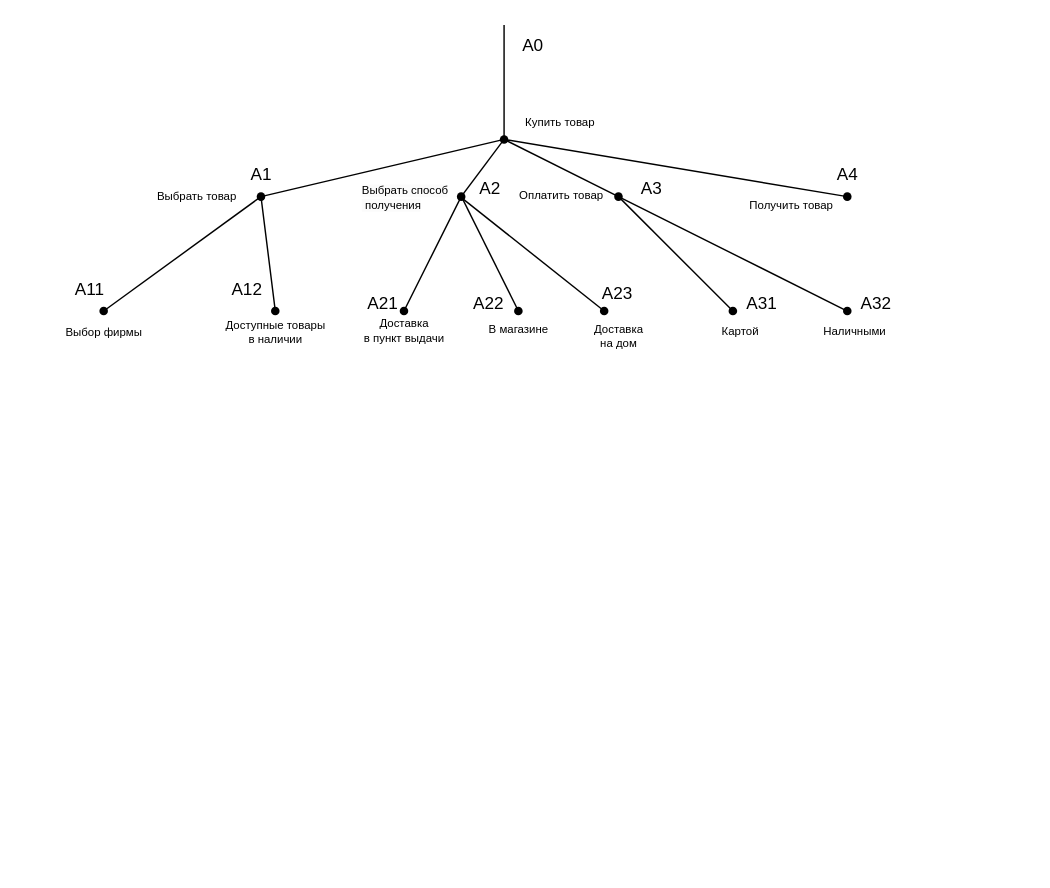
melikhovaeva/business-processes keeps this draw.io diagram as node tree.drawio. Above is the earlier version. Source tidied: cells renumbered, new cells numbered last; positions are measured from the earlier drawing's top-left corner, leaving out a move shared by most shapes. Both pictures are drawn from the tidied source at 143%, with x=0, y=0 at pixel (46, 24).
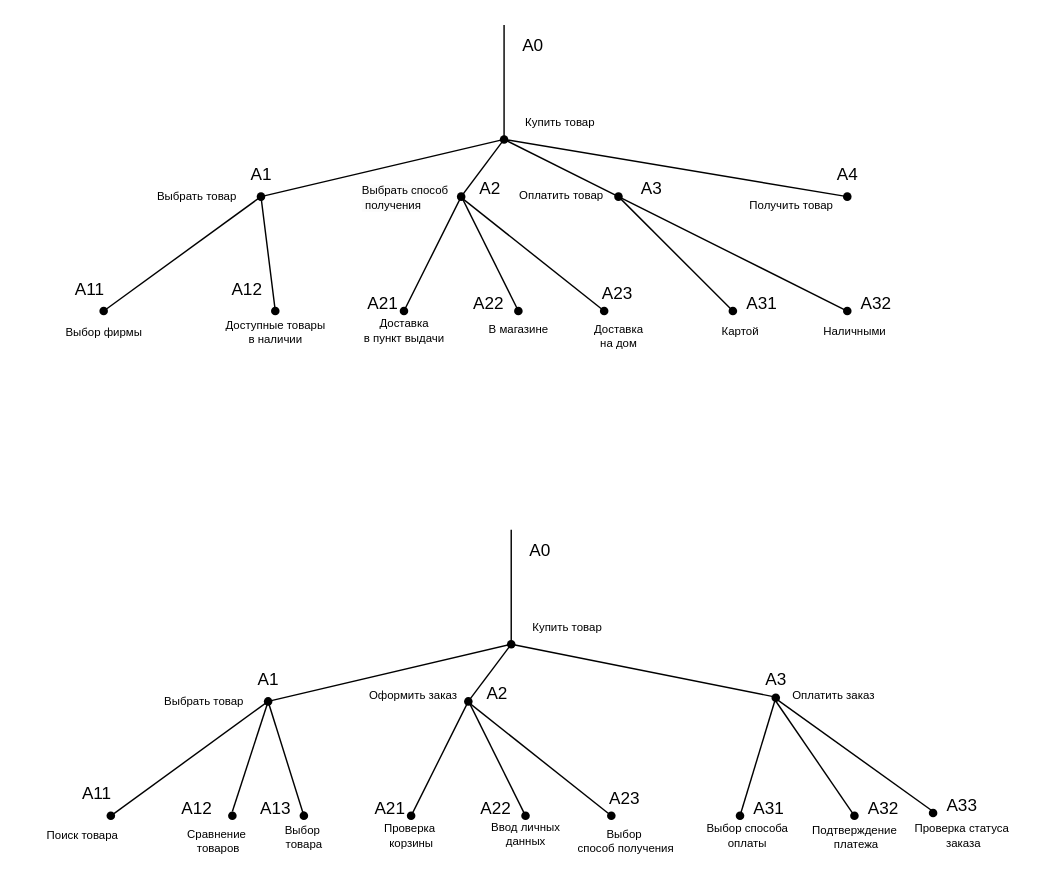
The same page after the edit.

What changed in the source:
```diff
@@
+    <mxCell id="55" style="endArrow=none;html=1;rounded=0;" parent="1" edge="1" target="56">
+      <mxGeometry relative="1" as="geometry">
+        <mxPoint x="325" y="353" as="sourcePoint" />
+        <Array as="points">
+          <mxPoint x="325" y="353" />
+        </Array>
+      </mxGeometry>
+    </mxCell>
+    <mxCell id="56" style="shape=waypoint;sketch=0;fillStyle=solid;size=6;points=[];fillColor=none;perimeter=centerPerimeter;snapToPoint=1;" parent="1" vertex="1">
+      <mxGeometry x="315" y="423" width="20" height="20" as="geometry" />
+    </mxCell>
+    <mxCell id="57" value="A0" style="text;html=1;align=center;verticalAlign=middle;strokeColor=none;fillColor=none;" parent="1" vertex="1">
+      <mxGeometry x="325" y="353" width="40" height="30" as="geometry" />
+    </mxCell>
+    <mxCell id="58" value="Купить товар" style="text;html=1;align=center;verticalAlign=middle;strokeColor=none;fillColor=none;fontSize=8;" parent="1" vertex="1">
+      <mxGeometry x="329" y="411" width="70" height="20" as="geometry" />
+    </mxCell>
+    <mxCell id="59" style="endArrow=none;html=1;rounded=0;" parent="1" edge="1" source="61">
+      <mxGeometry relative="1" as="geometry">
+        <mxPoint x="155" y="473" as="targetPoint" />
+      </mxGeometry>
+    </mxCell>
+    <mxCell id="60" style="endArrow=none;html=1;rounded=0;exitX=0.325;exitY=0.375;exitDx=0;exitDy=0;exitPerimeter=0;" parent="1" edge="1" source="56" target="61">
+      <mxGeometry relative="1" as="geometry" />
+    </mxCell>
+    <mxCell id="61" style="shape=waypoint;sketch=0;fillStyle=solid;size=6;points=[];fillColor=none;perimeter=centerPerimeter;snapToPoint=1;" parent="1" vertex="1">
+      <mxGeometry x="145" y="463" width="20" height="20" as="geometry" />
+    </mxCell>
+    <mxCell id="62" value="Выбрать товар" style="text;html=1;align=center;verticalAlign=middle;strokeColor=none;fillColor=none;fontSize=8;" parent="1" vertex="1">
+      <mxGeometry x="70" y="463" width="80" height="20" as="geometry" />
+    </mxCell>
+    <mxCell id="63" value="A1" style="text;html=1;align=center;verticalAlign=middle;strokeColor=none;fillColor=none;" parent="1" vertex="1">
+      <mxGeometry x="135" y="443" width="40" height="30" as="geometry" />
+    </mxCell>
+    <mxCell id="64" style="endArrow=none;html=1;rounded=0;" parent="1" edge="1" source="67">
+      <mxGeometry relative="1" as="geometry">
+        <mxPoint x="325" y="433" as="targetPoint" />
+      </mxGeometry>
+    </mxCell>
+    <mxCell id="65" style="endArrow=none;html=1;rounded=0;" parent="1" edge="1">
+      <mxGeometry relative="1" as="geometry">
+        <mxPoint x="510" y="470" as="sourcePoint" />
+        <mxPoint x="325" y="433" as="targetPoint" />
+      </mxGeometry>
+    </mxCell>
+    <mxCell id="66" style="endArrow=none;html=1;rounded=0;" parent="1" edge="1" target="67">
+      <mxGeometry relative="1" as="geometry">
+        <mxPoint x="295" y="473" as="sourcePoint" />
+      </mxGeometry>
+    </mxCell>
+    <mxCell id="67" style="shape=waypoint;sketch=0;fillStyle=solid;size=6;points=[];fillColor=none;perimeter=centerPerimeter;snapToPoint=1;" parent="1" vertex="1">
+      <mxGeometry x="285" y="463" width="20" height="20" as="geometry" />
+    </mxCell>
+    <mxCell id="68" style="shape=waypoint;sketch=0;fillStyle=solid;size=6;fillColor=none;perimeter=centerPerimeter;" parent="1" vertex="1">
+      <mxGeometry x="500" y="460.5" width="20" height="20" as="geometry" />
+    </mxCell>
+    <mxCell id="69" style="endArrow=none;html=1;rounded=0;" parent="1" edge="1" source="83">
+      <mxGeometry relative="1" as="geometry">
+        <mxPoint x="155" y="473" as="targetPoint" />
+      </mxGeometry>
+    </mxCell>
+    <mxCell id="70" style="endArrow=none;html=1;rounded=0;" parent="1" edge="1">
+      <mxGeometry relative="1" as="geometry">
+        <mxPoint x="130" y="550" as="sourcePoint" />
+        <mxPoint x="155" y="473" as="targetPoint" />
+      </mxGeometry>
+    </mxCell>
+    <mxCell id="71" style="endArrow=none;html=1;rounded=0;" parent="1" edge="1">
+      <mxGeometry relative="1" as="geometry">
+        <mxPoint x="45" y="553" as="sourcePoint" />
+        <mxPoint x="45" y="553" as="targetPoint" />
+      </mxGeometry>
+    </mxCell>
+    <mxCell id="72" style="endArrow=none;html=1;rounded=0;" parent="1" edge="1">
+      <mxGeometry relative="1" as="geometry">
+        <mxPoint x="105" y="553" as="sourcePoint" />
+        <mxPoint x="105" y="553" as="targetPoint" />
+      </mxGeometry>
+    </mxCell>
+    <mxCell id="73" style="shape=waypoint;sketch=0;fillStyle=solid;size=6;fillColor=none;perimeter=centerPerimeter;" parent="1" vertex="1">
+      <mxGeometry x="120" y="543" width="20" height="20" as="geometry" />
+    </mxCell>
+    <mxCell id="74" style="endArrow=none;html=1;rounded=0;" parent="1" edge="1">
+      <mxGeometry relative="1" as="geometry">
+        <mxPoint x="255" y="553" as="sourcePoint" />
+        <mxPoint x="295" y="473" as="targetPoint" />
+      </mxGeometry>
+    </mxCell>
+    <mxCell id="75" style="endArrow=none;html=1;rounded=0;entryX=-0.004;entryY=0.643;entryDx=0;entryDy=0;entryPerimeter=0;" parent="1" edge="1" target="80">
+      <mxGeometry relative="1" as="geometry">
+        <mxPoint x="335" y="553" as="sourcePoint" />
+      </mxGeometry>
+    </mxCell>
+    <mxCell id="76" style="endArrow=none;html=1;rounded=0;exitX=1.17;exitY=0.42;exitDx=0;exitDy=0;exitPerimeter=0;entryX=0.003;entryY=0.689;entryDx=0;entryDy=0;entryPerimeter=0;" parent="1" edge="1" source="79" target="80">
+      <mxGeometry relative="1" as="geometry" />
+    </mxCell>
+    <mxCell id="77" style="shape=waypoint;sketch=0;fillStyle=solid;size=6;fillColor=none;perimeter=centerPerimeter;" parent="1" vertex="1">
+      <mxGeometry x="245" y="543" width="20" height="20" as="geometry" />
+    </mxCell>
+    <mxCell id="78" style="shape=waypoint;sketch=0;fillStyle=solid;size=6;fillColor=none;perimeter=centerPerimeter;" parent="1" vertex="1">
+      <mxGeometry x="325" y="543" width="20" height="20" as="geometry" />
+    </mxCell>
+    <mxCell id="79" style="shape=waypoint;sketch=0;fillStyle=solid;size=6;points=[];fillColor=none;perimeter=centerPerimeter;snapToPoint=1;" parent="1" vertex="1">
+      <mxGeometry x="385" y="543" width="20" height="20" as="geometry" />
+    </mxCell>
+    <mxCell id="80" value="A2" style="text;html=1;align=center;verticalAlign=middle;points=[];strokeColor=none;fillColor=none;" parent="1" vertex="1">
+      <mxGeometry x="295" y="453" width="40" height="30" as="geometry" />
+    </mxCell>
+    <mxCell id="81" value="&lt;div style=&quot;text-align: center;&quot;&gt;&lt;span style=&quot;text-wrap: nowrap;&quot;&gt;Оформить заказ&lt;/span&gt;&lt;/div&gt;" style="text;whiteSpace=wrap;html=1;fontSize=8;" parent="1" vertex="1">
+      <mxGeometry x="224" y="458" width="70" height="25" as="geometry" />
+    </mxCell>
+    <mxCell id="82" style="endArrow=none;html=1;rounded=0;" parent="1" edge="1" target="83">
+      <mxGeometry relative="1" as="geometry">
+        <mxPoint x="45" y="553" as="sourcePoint" />
+      </mxGeometry>
+    </mxCell>
+    <mxCell id="83" style="shape=waypoint;sketch=0;fillStyle=solid;size=6;points=[];fillColor=none;perimeter=centerPerimeter;snapToPoint=1;" parent="1" vertex="1">
+      <mxGeometry x="35" y="543" width="20" height="20" as="geometry" />
+    </mxCell>
+    <mxCell id="84" value="&lt;div style=&quot;text-align: center; font-size: 8px;&quot;&gt;&lt;span style=&quot;font-size: 8px;&quot;&gt;Оплатить&amp;nbsp;&lt;/span&gt;заказ&lt;/div&gt;" style="text;whiteSpace=wrap;html=1;fontSize=8;" parent="1" vertex="1">
+      <mxGeometry x="520" y="458" width="100" height="25" as="geometry" />
+    </mxCell>
+    <mxCell id="85" value="A3" style="text;html=1;align=center;verticalAlign=middle;points=[];strokeColor=none;fillColor=none;" parent="1" vertex="1">
+      <mxGeometry x="490" y="443" width="40" height="30" as="geometry" />
+    </mxCell>
+    <mxCell id="86" value="A11" style="text;html=1;align=center;verticalAlign=middle;strokeColor=none;fillColor=none;" parent="1" vertex="1">
+      <mxGeometry x="15" y="523" width="40" height="30" as="geometry" />
+    </mxCell>
+    <mxCell id="87" value="Поиск товара" style="text;html=1;align=center;verticalAlign=middle;strokeColor=none;fillColor=none;fontSize=8;" parent="1" vertex="1">
+      <mxGeometry x="-15" y="557" width="80" height="20" as="geometry" />
+    </mxCell>
+    <mxCell id="88" value="&lt;div style=&quot;font-size: 8px;&quot;&gt;Сравнение&amp;nbsp;&lt;/div&gt;&lt;div style=&quot;font-size: 8px;&quot;&gt;товаров&lt;/div&gt;" style="text;html=1;align=center;verticalAlign=middle;strokeColor=none;fillColor=none;fontSize=8;" parent="1" vertex="1">
+      <mxGeometry x="85" y="556" width="70" height="30" as="geometry" />
+    </mxCell>
+    <mxCell id="89" value="A12" style="text;html=1;align=center;verticalAlign=middle;strokeColor=none;fillColor=none;" parent="1" vertex="1">
+      <mxGeometry x="85" y="533" width="40" height="30" as="geometry" />
+    </mxCell>
+    <mxCell id="90" value="A21" style="text;html=1;align=center;verticalAlign=middle;strokeColor=none;fillColor=none;" parent="1" vertex="1">
+      <mxGeometry x="220" y="533" width="40" height="30" as="geometry" />
+    </mxCell>
+    <mxCell id="91" value="Проверка&amp;nbsp;&lt;div&gt;корзины&lt;/div&gt;" style="text;html=1;align=center;verticalAlign=middle;strokeColor=none;fillColor=none;fontSize=8;" parent="1" vertex="1">
+      <mxGeometry x="225" y="552" width="60" height="30" as="geometry" />
+    </mxCell>
+    <mxCell id="92" value="A22" style="text;html=1;align=center;verticalAlign=middle;strokeColor=none;fillColor=none;" parent="1" vertex="1">
+      <mxGeometry x="294" y="533" width="40" height="30" as="geometry" />
+    </mxCell>
+    <mxCell id="93" value="Ввод личных&lt;div&gt;данных&lt;/div&gt;" style="text;html=1;align=center;verticalAlign=middle;strokeColor=none;fillColor=none;fontSize=8;" parent="1" vertex="1">
+      <mxGeometry x="300" y="551" width="70" height="30" as="geometry" />
+    </mxCell>
+    <mxCell id="94" value="Выбор&amp;nbsp;&lt;div&gt;способ получения&lt;/div&gt;" style="text;html=1;align=center;verticalAlign=middle;strokeColor=none;fillColor=none;fontSize=8;" parent="1" vertex="1">
+      <mxGeometry x="360" y="556" width="90" height="30" as="geometry" />
+    </mxCell>
+    <mxCell id="95" style="endArrow=none;html=1;rounded=0;entryX=0.492;entryY=0.949;entryDx=0;entryDy=0;entryPerimeter=0;" parent="1" edge="1" target="85">
+      <mxGeometry relative="1" as="geometry">
+        <mxPoint x="485" y="553" as="sourcePoint" />
+      </mxGeometry>
+    </mxCell>
+    <mxCell id="96" style="endArrow=none;html=1;rounded=0;entryX=0.478;entryY=0.949;entryDx=0;entryDy=0;entryPerimeter=0;" parent="1" edge="1" target="85">
+      <mxGeometry relative="1" as="geometry">
+        <mxPoint x="565" y="553" as="sourcePoint" />
+      </mxGeometry>
+    </mxCell>
+    <mxCell id="97" style="shape=waypoint;sketch=0;fillStyle=solid;size=6;fillColor=none;perimeter=centerPerimeter;" parent="1" vertex="1">
+      <mxGeometry x="475" y="543" width="20" height="20" as="geometry" />
+    </mxCell>
+    <mxCell id="98" style="shape=waypoint;sketch=0;fillStyle=solid;size=6;fillColor=none;perimeter=centerPerimeter;" parent="1" vertex="1">
+      <mxGeometry x="555" y="543" width="20" height="20" as="geometry" />
+    </mxCell>
+    <mxCell id="99" value="A23" style="text;html=1;align=center;verticalAlign=middle;strokeColor=none;fillColor=none;" parent="1" vertex="1">
+      <mxGeometry x="384" y="526" width="40" height="30" as="geometry" />
+    </mxCell>
+    <mxCell id="100" value="A31" style="text;html=1;align=center;verticalAlign=middle;strokeColor=none;fillColor=none;" parent="1" vertex="1">
+      <mxGeometry x="485" y="533" width="40" height="30" as="geometry" />
+    </mxCell>
+    <mxCell id="101" value="A32" style="text;html=1;align=center;verticalAlign=middle;strokeColor=none;fillColor=none;" parent="1" vertex="1">
+      <mxGeometry x="565" y="533" width="40" height="30" as="geometry" />
+    </mxCell>
+    <mxCell id="102" value="Выбор способа&lt;div&gt;оплаты&lt;/div&gt;" style="text;html=1;align=center;verticalAlign=middle;strokeColor=none;fillColor=none;fontSize=8;" parent="1" vertex="1">
+      <mxGeometry x="450" y="552" width="80" height="30" as="geometry" />
+    </mxCell>
+    <mxCell id="103" value="Подтверждение&lt;div&gt;&amp;nbsp;платежа&lt;/div&gt;" style="text;html=1;align=center;verticalAlign=middle;strokeColor=none;fillColor=none;fontSize=8;" parent="1" vertex="1">
+      <mxGeometry x="525" y="553" width="80" height="30" as="geometry" />
+    </mxCell>
+    <mxCell id="104" style="endArrow=none;html=1;rounded=0;" parent="1" edge="1" source="106">
+      <mxGeometry relative="1" as="geometry">
+        <mxPoint x="155" y="473" as="targetPoint" />
+      </mxGeometry>
+    </mxCell>
+    <mxCell id="105" style="endArrow=none;html=1;rounded=0;" parent="1" edge="1" target="106">
+      <mxGeometry relative="1" as="geometry">
+        <mxPoint x="180" y="550" as="sourcePoint" />
+      </mxGeometry>
+    </mxCell>
+    <mxCell id="106" style="shape=waypoint;sketch=0;fillStyle=solid;size=6;points=[];fillColor=none;perimeter=centerPerimeter;snapToPoint=1;" parent="1" vertex="1">
+      <mxGeometry x="170" y="543" width="20" height="20" as="geometry" />
+    </mxCell>
+    <mxCell id="107" value="&lt;div style=&quot;font-size: 8px;&quot;&gt;Выбор&amp;nbsp;&lt;/div&gt;&lt;div style=&quot;font-size: 8px;&quot;&gt;товара&lt;/div&gt;" style="text;html=1;align=center;verticalAlign=middle;strokeColor=none;fillColor=none;fontSize=8;" parent="1" vertex="1">
+      <mxGeometry x="155" y="553" width="50" height="30" as="geometry" />
+    </mxCell>
+    <mxCell id="108" value="A13" style="text;html=1;align=center;verticalAlign=middle;strokeColor=none;fillColor=none;" parent="1" vertex="1">
+      <mxGeometry x="140" y="533" width="40" height="30" as="geometry" />
+    </mxCell>
+    <mxCell id="109" style="endArrow=none;html=1;rounded=0;entryX=0.478;entryY=0.949;entryDx=0;entryDy=0;entryPerimeter=0;" parent="1" edge="1">
+      <mxGeometry relative="1" as="geometry">
+        <mxPoint x="620" y="550" as="sourcePoint" />
+        <mxPoint x="510" y="471" as="targetPoint" />
+      </mxGeometry>
+    </mxCell>
+    <mxCell id="110" style="shape=waypoint;sketch=0;fillStyle=solid;size=6;fillColor=none;perimeter=centerPerimeter;" parent="1" vertex="1">
+      <mxGeometry x="610" y="541" width="20" height="20" as="geometry" />
+    </mxCell>
+    <mxCell id="111" value="A33" style="text;html=1;align=center;verticalAlign=middle;strokeColor=none;fillColor=none;" parent="1" vertex="1">
+      <mxGeometry x="620" y="531" width="40" height="30" as="geometry" />
+    </mxCell>
+    <mxCell id="112" value="Проверка статуса&lt;div&gt;&amp;nbsp;заказа&lt;/div&gt;" style="text;html=1;align=center;verticalAlign=middle;strokeColor=none;fillColor=none;fontSize=8;" parent="1" vertex="1">
+      <mxGeometry x="595" y="552" width="90" height="30" as="geometry" />
+    </mxCell>
```
